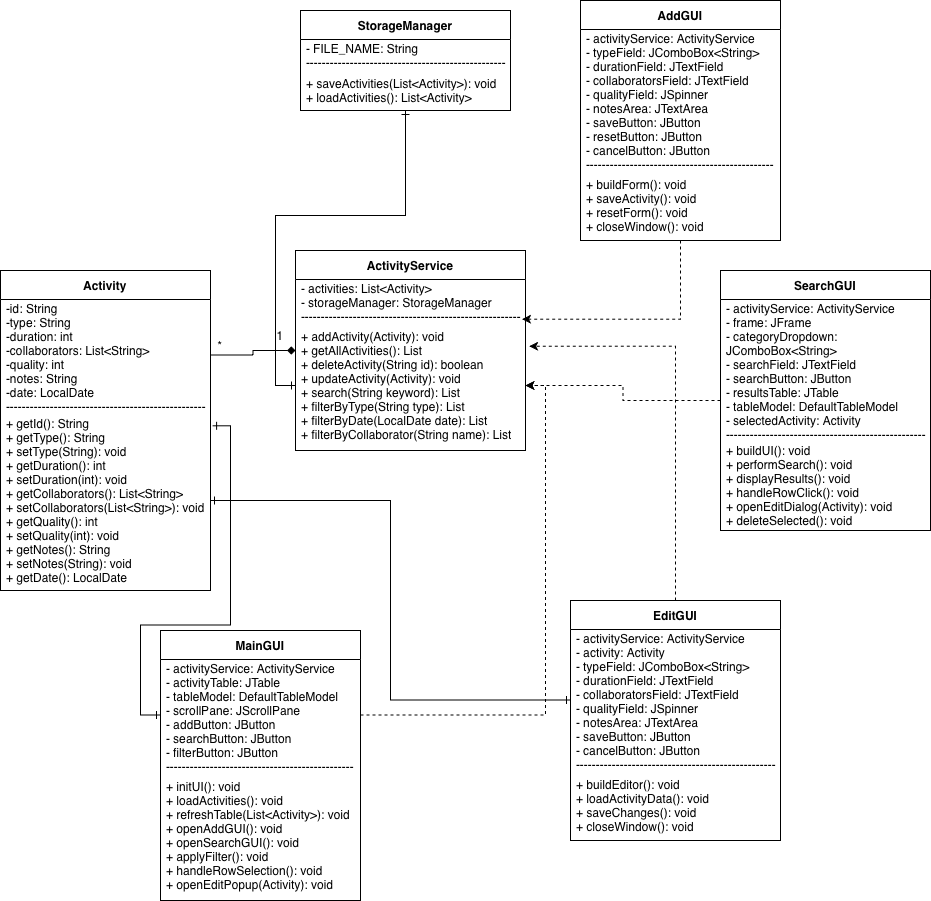
sethderusha/oops26_activity_tracker keeps this draw.io diagram as docs/class_diagram.png. Above is the earlier version. Source tidied: cells renumbered, new cells last; positions are measured from the earlier drawing's top-left corner, leaving out a move shared by most shapes.
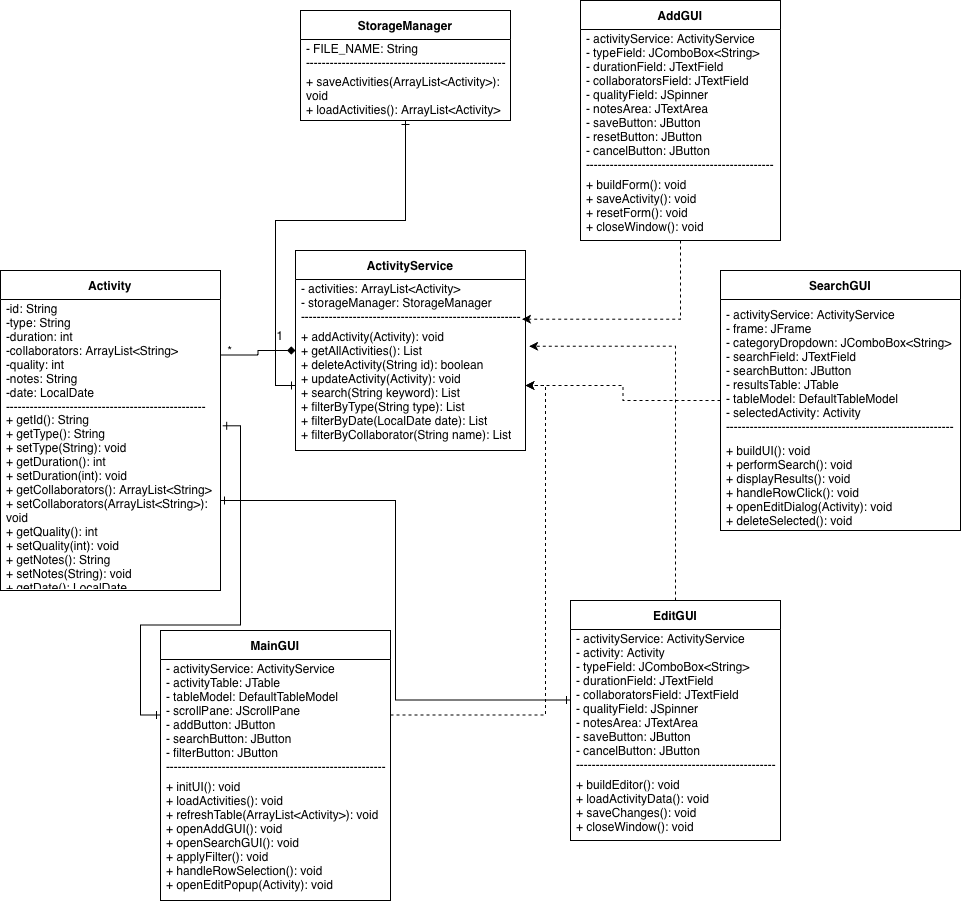
After the commit.

Commit message:
update to use ArrayList

The edit, as a diff of the source:
```diff
@@ -3,13 +3,13 @@
     <mxCell id="0" />
     <mxCell id="1" parent="0" />
     <mxCell id="2" value="Activity" style="swimlane;fontStyle=1;align=center;verticalAlign=middle;horizontal=1;startSize=29;html=1;whiteSpace=wrap;" parent="1" vertex="1">
-      <mxGeometry y="270" width="210" height="320" as="geometry" />
+      <mxGeometry y="270" width="220" height="320" as="geometry" />
     </mxCell>
-    <mxCell id="3" value="-id: String&lt;div&gt;-type: String&lt;/div&gt;&lt;div&gt;-duration: int&lt;/div&gt;&lt;div&gt;-collaborators: List&amp;lt;String&amp;gt;&lt;/div&gt;&lt;div&gt;-quality: int&lt;/div&gt;&lt;div&gt;-notes: String&lt;/div&gt;&lt;div&gt;-date: LocalDate&lt;/div&gt;--------------------------------------------------" style="text;html=1;strokeColor=none;fillColor=none;align=left;verticalAlign=middle;spacingLeft=4;spacingRight=4;overflow=hidden;points=[[0,0.5],[1,0.5]];portConstraint=eastwest;whiteSpace=wrap;" parent="2" vertex="1">
-      <mxGeometry y="29" width="210" height="111" as="geometry" />
+    <mxCell id="3" value="-id: String&lt;div&gt;-type: String&lt;/div&gt;&lt;div&gt;-duration: int&lt;/div&gt;&lt;div&gt;-collaborators: ArrayList&amp;lt;String&amp;gt;&lt;/div&gt;&lt;div&gt;-quality: int&lt;/div&gt;&lt;div&gt;-notes: String&lt;/div&gt;&lt;div&gt;-date: LocalDate&lt;/div&gt;--------------------------------------------------" style="text;html=1;strokeColor=none;fillColor=none;align=left;verticalAlign=middle;spacingLeft=4;spacingRight=4;overflow=hidden;points=[[0,0.5],[1,0.5]];portConstraint=eastwest;whiteSpace=wrap;" parent="2" vertex="1">
+      <mxGeometry y="29" width="220" height="111" as="geometry" />
     </mxCell>
-    <mxCell id="4" value="&lt;div&gt;+ getId(): String&lt;br&gt;+ getType(): String&lt;br&gt;+ setType(String): void&lt;br&gt;+ getDuration(): int&lt;br&gt;+ setDuration(int): void&lt;br&gt;+ getCollaborators(): List&amp;lt;String&amp;gt;&lt;br&gt;+ setCollaborators(List&amp;lt;String&amp;gt;): void&lt;br&gt;+ getQuality(): int&lt;br&gt;+ setQuality(int): void&lt;br&gt;+ getNotes(): String&lt;br&gt;+ setNotes(String): void&lt;br&gt;+ getDate(): LocalDate&lt;br&gt;&lt;/div&gt;" style="text;html=1;strokeColor=none;fillColor=none;align=left;verticalAlign=middle;spacingLeft=4;spacingRight=4;overflow=hidden;points=[[0,0.5],[1,0.5]];portConstraint=eastwest;whiteSpace=wrap;" parent="2" vertex="1">
-      <mxGeometry y="140" width="210" height="180" as="geometry" />
+    <mxCell id="4" value="&lt;div&gt;+ getId(): String&lt;br&gt;+ getType(): String&lt;br&gt;+ setType(String): void&lt;br&gt;+ getDuration(): int&lt;br&gt;+ setDuration(int): void&lt;br&gt;+ getCollaborators(): ArrayList&amp;lt;String&amp;gt;&lt;br&gt;+ setCollaborators(ArrayList&amp;lt;String&amp;gt;): void&lt;br&gt;+ getQuality(): int&lt;br&gt;+ setQuality(int): void&lt;br&gt;+ getNotes(): String&lt;br&gt;+ setNotes(String): void&lt;br&gt;+ getDate(): LocalDate&lt;br&gt;&lt;/div&gt;" style="text;html=1;strokeColor=none;fillColor=none;align=left;verticalAlign=middle;spacingLeft=4;spacingRight=4;overflow=hidden;points=[[0,0.5],[1,0.5]];portConstraint=eastwest;whiteSpace=wrap;" parent="2" vertex="1">
+      <mxGeometry y="140" width="220" height="180" as="geometry" />
     </mxCell>
     <mxCell id="5" style="edgeStyle=orthogonalEdgeStyle;rounded=0;jettySize=auto;html=1;startArrow=diamond;startFill=1;endArrow=none;endFill=0;" parent="1" edge="1" source="6" target="3">
       <mxGeometry relative="1" as="geometry" />
@@ -17,7 +17,7 @@
     <mxCell id="6" value="ActivityService" style="swimlane;fontStyle=1;align=center;verticalAlign=middle;horizontal=1;startSize=29;html=1;whiteSpace=wrap;" parent="1" vertex="1">
       <mxGeometry x="295" y="250" width="230" height="200" as="geometry" />
     </mxCell>
-    <mxCell id="7" value="- activities: List&amp;lt;Activity&amp;gt;&lt;br&gt;- storageManager: StorageManager&lt;br&gt;-------------------------------------------------------" style="text;html=1;strokeColor=none;fillColor=none;align=left;verticalAlign=middle;spacingLeft=4;spacingRight=4;overflow=hidden;whiteSpace=wrap;" parent="6" vertex="1">
+    <mxCell id="7" value="- activities: ArrayList&amp;lt;Activity&amp;gt;&lt;br&gt;- storageManager: StorageManager&lt;br&gt;-------------------------------------------------------" style="text;html=1;strokeColor=none;fillColor=none;align=left;verticalAlign=middle;spacingLeft=4;spacingRight=4;overflow=hidden;whiteSpace=wrap;" parent="6" vertex="1">
       <mxGeometry y="29" width="230" height="41" as="geometry" />
     </mxCell>
     <mxCell id="8" value="+ addActivity(Activity): void&lt;br/&gt;+ getAllActivities(): List&lt;br/&gt;+ deleteActivity(String id): boolean&lt;br/&gt;+ updateActivity(Activity): void&lt;br/&gt;+ search(String keyword): List&lt;br/&gt;+ filterByType(String type): List&lt;br/&gt;+ filterByDate(LocalDate date): List&lt;br/&gt;+ filterByCollaborator(String name): List" style="text;html=1;strokeColor=none;fillColor=none;align=left;verticalAlign=middle;spacingLeft=4;spacingRight=4;overflow=hidden;points=[[0,0.5],[1,0.5]];portConstraint=eastwest;whiteSpace=wrap;" parent="6" vertex="1">
@@ -27,22 +27,22 @@
       <mxGeometry relative="1" as="geometry" />
     </mxCell>
     <mxCell id="10" value="StorageManager" style="swimlane;fontStyle=1;align=center;verticalAlign=middle;horizontal=1;startSize=29;html=1;whiteSpace=wrap;" parent="1" vertex="1">
-      <mxGeometry x="300" y="10" width="210" height="100" as="geometry" />
+      <mxGeometry x="300" y="10" width="210" height="110" as="geometry" />
     </mxCell>
     <mxCell id="11" value="- FILE_NAME: String&lt;br&gt;-------------------------------------------------------" style="text;html=1;strokeColor=none;fillColor=none;align=left;verticalAlign=middle;spacingLeft=4;spacingRight=4;overflow=hidden;whiteSpace=wrap;" parent="10" vertex="1">
       <mxGeometry y="29" width="210" height="31" as="geometry" />
     </mxCell>
-    <mxCell id="12" value="+ saveActivities(List&amp;lt;Activity&amp;gt;): void&lt;br&gt;+ loadActivities(): List&amp;lt;Activity&amp;gt;" style="text;html=1;strokeColor=none;fillColor=none;align=left;verticalAlign=middle;spacingLeft=4;spacingRight=4;overflow=hidden;whiteSpace=wrap;" parent="10" vertex="1">
-      <mxGeometry y="60" width="210" height="40" as="geometry" />
+    <mxCell id="12" value="+ saveActivities(ArrayList&amp;lt;Activity&amp;gt;): void&lt;br&gt;+ loadActivities(): ArrayList&amp;lt;Activity&amp;gt;" style="text;html=1;strokeColor=none;fillColor=none;align=left;verticalAlign=middle;spacingLeft=4;spacingRight=4;overflow=hidden;whiteSpace=wrap;" parent="10" vertex="1">
+      <mxGeometry y="60" width="210" height="50" as="geometry" />
     </mxCell>
     <mxCell id="13" value="MainGUI" style="swimlane;fontStyle=1;align=center;verticalAlign=middle;horizontal=1;startSize=29;html=1;whiteSpace=wrap;" parent="1" vertex="1">
-      <mxGeometry x="160" y="630" width="200" height="270" as="geometry" />
+      <mxGeometry x="160" y="630" width="230" height="270" as="geometry" />
     </mxCell>
     <mxCell id="14" value="&lt;div&gt;- activityService: ActivityService&lt;/div&gt;&lt;div&gt;- activityTable: JTable&lt;/div&gt;&lt;div&gt;- tableModel: DefaultTableModel&lt;/div&gt;&lt;div&gt;- scrollPane: JScrollPane&lt;/div&gt;&lt;div&gt;- addButton: JButton&lt;/div&gt;&lt;div&gt;- searchButton: JButton&lt;/div&gt;- filterButton: JButton&lt;div&gt;-------------------------------------------------------&lt;/div&gt;" style="text;html=1;strokeColor=none;fillColor=none;align=left;verticalAlign=middle;spacingLeft=4;spacingRight=4;overflow=hidden;points=[[0,0.5],[1,0.5]];portConstraint=eastwest;whiteSpace=wrap;" parent="13" vertex="1">
-      <mxGeometry y="29" width="200" height="111" as="geometry" />
+      <mxGeometry y="29" width="230" height="111" as="geometry" />
     </mxCell>
-    <mxCell id="15" value="&lt;div&gt;+ initUI(): void&lt;/div&gt;&lt;div&gt;+ loadActivities(): void&lt;/div&gt;&lt;div&gt;+ refreshTable(List&amp;lt;Activity&amp;gt;): void&lt;/div&gt;&lt;div&gt;+ openAddGUI(): void&lt;/div&gt;&lt;div&gt;+ openSearchGUI(): void&lt;/div&gt;&lt;div&gt;+ applyFilter(): void&lt;/div&gt;&lt;div&gt;+ handleRowSelection(): void&lt;/div&gt;&lt;div&gt;+ openEditPopup(Activity): void&lt;/div&gt;" style="text;html=1;strokeColor=none;fillColor=none;align=left;verticalAlign=middle;spacingLeft=4;spacingRight=4;overflow=hidden;whiteSpace=wrap;" parent="13" vertex="1">
-      <mxGeometry y="140" width="200" height="130" as="geometry" />
+    <mxCell id="15" value="&lt;div&gt;+ initUI(): void&lt;/div&gt;&lt;div&gt;+ loadActivities(): void&lt;/div&gt;&lt;div&gt;+ refreshTable(ArrayList&amp;lt;Activity&amp;gt;): void&lt;/div&gt;&lt;div&gt;+ openAddGUI(): void&lt;/div&gt;&lt;div&gt;+ openSearchGUI(): void&lt;/div&gt;&lt;div&gt;+ applyFilter(): void&lt;/div&gt;&lt;div&gt;+ handleRowSelection(): void&lt;/div&gt;&lt;div&gt;+ openEditPopup(Activity): void&lt;/div&gt;" style="text;html=1;strokeColor=none;fillColor=none;align=left;verticalAlign=middle;spacingLeft=4;spacingRight=4;overflow=hidden;whiteSpace=wrap;" parent="13" vertex="1">
+      <mxGeometry y="140" width="230" height="130" as="geometry" />
     </mxCell>
     <mxCell id="16" value="AddGUI" style="swimlane;fontStyle=1;align=center;verticalAlign=middle;horizontal=1;startSize=29;html=1;whiteSpace=wrap;" parent="1" vertex="1">
       <mxGeometry x="580" width="200" height="240" as="geometry" />
@@ -57,13 +57,13 @@
       <mxGeometry relative="1" as="geometry" />
     </mxCell>
     <mxCell id="20" value="SearchGUI" style="swimlane;fontStyle=1;align=center;verticalAlign=middle;horizontal=1;startSize=29;html=1;whiteSpace=wrap;" parent="1" vertex="1">
-      <mxGeometry x="720" y="270" width="210" height="260" as="geometry" />
+      <mxGeometry x="720" y="270" width="240" height="260" as="geometry" />
     </mxCell>
-    <mxCell id="21" value="&lt;div&gt;&lt;div&gt;- activityService: ActivityService&lt;/div&gt;&lt;div&gt;- frame: JFrame&lt;/div&gt;&lt;div&gt;- categoryDropdown: JComboBox&amp;lt;String&amp;gt;&lt;/div&gt;&lt;div&gt;- searchField: JTextField&lt;/div&gt;&lt;div&gt;- searchButton: JButton&lt;/div&gt;&lt;div&gt;- resultsTable: JTable&lt;/div&gt;&lt;div&gt;- tableModel: DefaultTableModel&lt;/div&gt;&lt;div&gt;- selectedActivity: Activity&lt;/div&gt;&lt;/div&gt;&lt;div&gt;--------------------------------------------------&lt;/div&gt;" style="text;html=1;strokeColor=none;fillColor=none;align=left;verticalAlign=middle;spacingLeft=4;spacingRight=4;overflow=hidden;whiteSpace=wrap;" parent="20" vertex="1">
-      <mxGeometry y="29" width="210" height="141" as="geometry" />
+    <mxCell id="21" value="&lt;div&gt;&lt;div&gt;- activityService: ActivityService&lt;/div&gt;&lt;div&gt;- frame: JFrame&lt;/div&gt;&lt;div&gt;- categoryDropdown: JComboBox&amp;lt;String&amp;gt;&lt;/div&gt;&lt;div&gt;- searchField: JTextField&lt;/div&gt;&lt;div&gt;- searchButton: JButton&lt;/div&gt;&lt;div&gt;- resultsTable: JTable&lt;/div&gt;&lt;div&gt;- tableModel: DefaultTableModel&lt;/div&gt;&lt;div&gt;- selectedActivity: Activity&lt;/div&gt;&lt;/div&gt;&lt;div&gt;---------------------------------------------------------&lt;/div&gt;" style="text;html=1;strokeColor=none;fillColor=none;align=left;verticalAlign=middle;spacingLeft=4;spacingRight=4;overflow=hidden;whiteSpace=wrap;" parent="20" vertex="1">
+      <mxGeometry y="29" width="240" height="141" as="geometry" />
     </mxCell>
     <mxCell id="22" value="&lt;div&gt;+ buildUI(): void&lt;/div&gt;&lt;div&gt;+ performSearch(): void&lt;/div&gt;&lt;div&gt;+ displayResults(): void&lt;/div&gt;&lt;div&gt;+ handleRowClick(): void&lt;/div&gt;&lt;div&gt;+ openEditDialog(Activity): void&lt;/div&gt;&lt;div&gt;+ deleteSelected(): void&lt;/div&gt;" style="text;html=1;strokeColor=none;fillColor=none;align=left;verticalAlign=middle;spacingLeft=4;spacingRight=4;overflow=hidden;whiteSpace=wrap;" parent="20" vertex="1">
-      <mxGeometry y="170" width="210" height="90" as="geometry" />
+      <mxGeometry y="170" width="240" height="90" as="geometry" />
     </mxCell>
     <mxCell id="23" value="EditGUI" style="swimlane;fontStyle=1;align=center;verticalAlign=middle;horizontal=1;startSize=29;html=1;whiteSpace=wrap;" parent="1" vertex="1">
       <mxGeometry x="570" y="600" width="210" height="240" as="geometry" />
@@ -78,7 +78,7 @@
       <mxGeometry x="250" y="320" width="60" height="30" as="geometry" />
     </mxCell>
     <mxCell id="27" value="*" style="text;html=1;whiteSpace=wrap;strokeColor=none;fillColor=none;align=center;verticalAlign=middle;rounded=0;" parent="1" vertex="1">
-      <mxGeometry x="190" y="330" width="60" height="30" as="geometry" />
+      <mxGeometry x="200" y="335" width="60" height="30" as="geometry" />
     </mxCell>
     <mxCell id="28" style="edgeStyle=orthogonalEdgeStyle;rounded=0;jettySize=auto;html=1;entryX=1;entryY=0.5;entryDx=0;entryDy=0;dashed=1;" parent="1" edge="1" source="14" target="8">
       <mxGeometry relative="1" as="geometry" />
```
